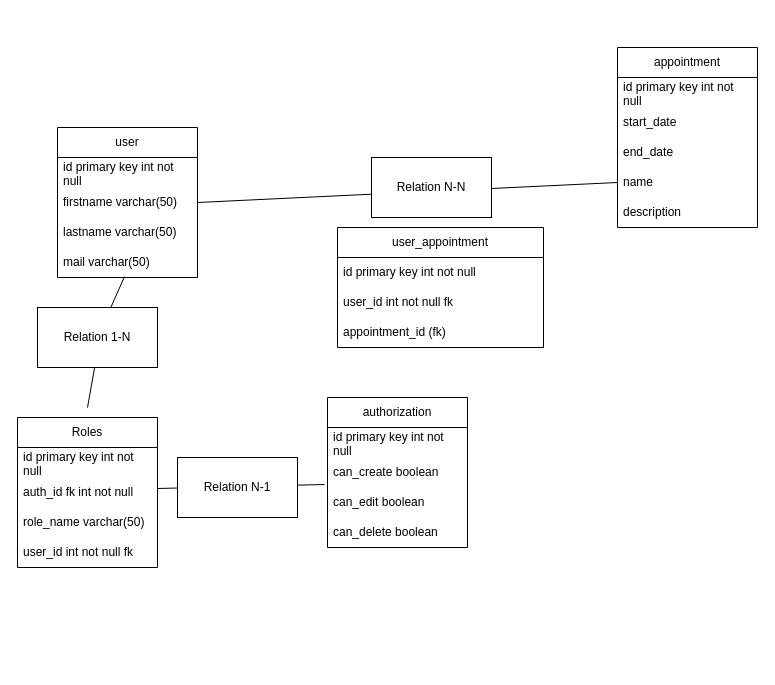
Above: Diagramme sans nom.drawio in mathiasSuchail/diagram (draw.io), before the change. Source tidied: cells renumbered, new cells numbered last; positions are measured from the earlier drawing's top-left corner, leaving out a move shared by most shapes. Both pictures are drawn from the tidied source at 100%, with x=0, y=0 at pixel (17, 47).
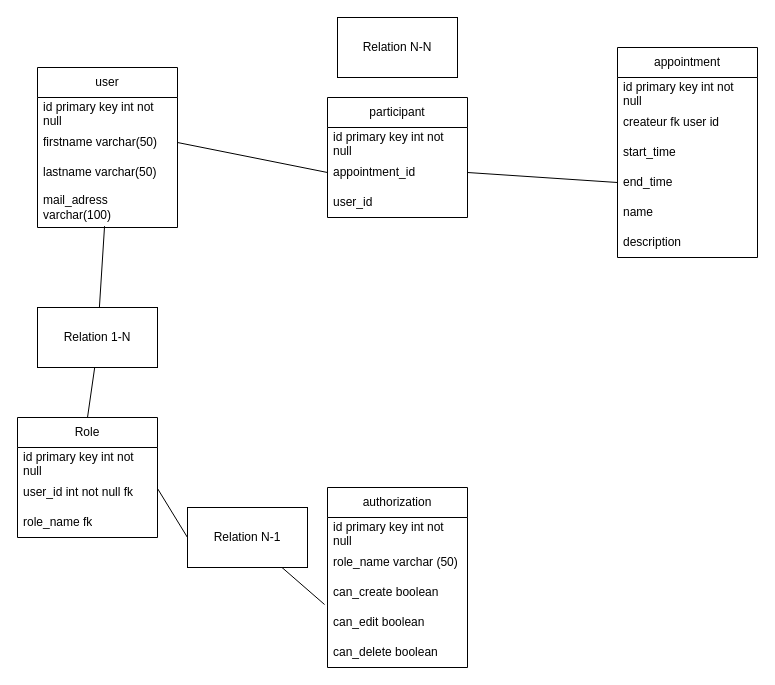
After the change.

Commit message:
Mettre à jour Diagramme sans nom.drawio

The change refers to these unchanged cells:
```xml
<mxCell id="4" value="firstname varchar(50)" style="text;strokeColor=none;fillColor=none;align=left;verticalAlign=middle;spacingLeft=4;spacingRight=4;overflow=hidden;points=[[0,0.5],[1,0.5]];portConstraint=eastwest;whiteSpace=wrap;html=1;" parent="2" vertex="1">
  <mxGeometry y="60" width="140" height="30" as="geometry" />
</mxCell>
<mxCell id="33" value="Relation 1-N" style="whiteSpace=wrap;html=1;" parent="1" vertex="1">
  <mxGeometry x="20" y="260" width="120" height="60" as="geometry" />
</mxCell>
```

Diff of the diagram source:
```diff
@@
     <mxCell id="2" value="user" style="swimlane;fontStyle=0;horizontal=1;startSize=30;whiteSpace=wrap;html=1;" parent="1" vertex="1">
-      <mxGeometry x="40" y="80" width="140" height="150" as="geometry" />
+      <mxGeometry x="20" y="20" width="140" height="160" as="geometry" />
     </mxCell>
@@
-    <mxCell id="6" value="mail varchar(50)" style="text;strokeColor=none;fillColor=none;align=left;verticalAlign=middle;spacingLeft=4;spacingRight=4;overflow=hidden;points=[[0,0.5],[1,0.5]];portConstraint=eastwest;whiteSpace=wrap;html=1;" parent="2" vertex="1">
-      <mxGeometry y="120" width="140" height="30" as="geometry" />
+    <mxCell id="6" value="mail_adress varchar(100)" style="text;strokeColor=none;fillColor=none;align=left;verticalAlign=middle;spacingLeft=4;spacingRight=4;overflow=hidden;points=[[0,0.5],[1,0.5]];portConstraint=eastwest;whiteSpace=wrap;html=1;" parent="2" vertex="1">
+      <mxGeometry y="120" width="140" height="40" as="geometry" />
     </mxCell>
     <mxCell id="7" value="appointment" style="swimlane;fontStyle=0;horizontal=1;startSize=30;whiteSpace=wrap;html=1;" parent="1" vertex="1">
-      <mxGeometry x="600" width="140" height="180" as="geometry" />
+      <mxGeometry x="600" width="140" height="210" as="geometry" />
     </mxCell>
@@
-    <mxCell id="9" value="start_date" style="text;strokeColor=none;fillColor=none;align=left;verticalAlign=middle;spacingLeft=4;spacingRight=4;overflow=hidden;whiteSpace=wrap;html=1;" parent="7" vertex="1">
-      <mxGeometry y="60" width="140" height="30" as="geometry" />
-    </mxCell>
-    <mxCell id="10" value="end_date" style="text;strokeColor=none;fillColor=none;align=left;verticalAlign=middle;spacingLeft=4;spacingRight=4;overflow=hidden;whiteSpace=wrap;html=1;" parent="7" vertex="1">
-      <mxGeometry y="90" width="140" height="30" as="geometry" />
-    </mxCell>
+    <mxCell id="34" value="createur fk user id" style="text;strokeColor=none;fillColor=none;align=left;verticalAlign=middle;spacingLeft=4;spacingRight=4;overflow=hidden;whiteSpace=wrap;html=1;" parent="7" vertex="1">
+      <mxGeometry y="60" width="140" height="30" as="geometry" />
+    </mxCell>
+    <mxCell id="35" value="start_time" style="text;strokeColor=none;fillColor=none;align=left;verticalAlign=middle;spacingLeft=4;spacingRight=4;overflow=hidden;whiteSpace=wrap;html=1;" parent="7" vertex="1">
+      <mxGeometry y="90" width="140" height="30" as="geometry" />
+    </mxCell>
+    <mxCell id="36" value="end_time" style="text;strokeColor=none;fillColor=none;align=left;verticalAlign=middle;spacingLeft=4;spacingRight=4;overflow=hidden;points=[[0,0.5],[1,0.5]];portConstraint=eastwest;whiteSpace=wrap;html=1;" parent="7" vertex="1">
+      <mxGeometry y="120" width="140" height="30" as="geometry" />
+    </mxCell>
     <mxCell id="11" value="name" style="text;strokeColor=none;fillColor=none;align=left;verticalAlign=middle;spacingLeft=4;spacingRight=4;overflow=hidden;points=[[0,0.5],[1,0.5]];portConstraint=eastwest;whiteSpace=wrap;html=1;" parent="7" vertex="1">
-      <mxGeometry y="120" width="140" height="30" as="geometry" />
+      <mxGeometry y="150" width="140" height="30" as="geometry" />
     </mxCell>
     <mxCell id="12" value="description" style="text;strokeColor=none;fillColor=none;align=left;verticalAlign=middle;spacingLeft=4;spacingRight=4;overflow=hidden;whiteSpace=wrap;html=1;" parent="7" vertex="1">
-      <mxGeometry y="150" width="140" height="30" as="geometry" />
+      <mxGeometry y="180" width="140" height="30" as="geometry" />
     </mxCell>
     <mxCell id="13" value="authorization" style="swimlane;fontStyle=0;horizontal=1;startSize=30;whiteSpace=wrap;html=1;" parent="1" vertex="1">
-      <mxGeometry x="310" y="350" width="140" height="150" as="geometry" />
+      <mxGeometry x="310" y="440" width="140" height="180" as="geometry" />
     </mxCell>
@@
+    <mxCell id="37" value="role_name varchar (50)" style="text;strokeColor=none;fillColor=none;align=left;verticalAlign=middle;spacingLeft=4;spacingRight=4;overflow=hidden;whiteSpace=wrap;html=1;" parent="13" vertex="1">
+      <mxGeometry y="60" width="140" height="30" as="geometry" />
+    </mxCell>
     <mxCell id="15" value="can_create boolean" style="text;strokeColor=none;fillColor=none;align=left;verticalAlign=middle;spacingLeft=4;spacingRight=4;overflow=hidden;whiteSpace=wrap;html=1;" parent="13" vertex="1">
-      <mxGeometry y="60" width="140" height="30" as="geometry" />
+      <mxGeometry y="90" width="140" height="30" as="geometry" />
     </mxCell>
     <mxCell id="16" value="can_edit boolean" style="text;strokeColor=none;fillColor=none;align=left;verticalAlign=middle;spacingLeft=4;spacingRight=4;overflow=hidden;points=[[0,0.5],[1,0.5]];portConstraint=eastwest;whiteSpace=wrap;html=1;" parent="13" vertex="1">
-      <mxGeometry y="90" width="140" height="30" as="geometry" />
+      <mxGeometry y="120" width="140" height="30" as="geometry" />
     </mxCell>
     <mxCell id="17" value="can_delete boolean" style="text;strokeColor=none;fillColor=none;align=left;verticalAlign=middle;spacingLeft=4;spacingRight=4;overflow=hidden;whiteSpace=wrap;html=1;" parent="13" vertex="1">
-      <mxGeometry y="120" width="140" height="30" as="geometry" />
+      <mxGeometry y="150" width="140" height="30" as="geometry" />
     </mxCell>
-    <mxCell id="18" style="endArrow=none;html=1;rounded=0;exitX=1;exitY=0.5;exitDx=0;exitDy=0;entryX=0;entryY=0.5;entryDx=0;entryDy=0;" parent="1" edge="1" source="4" target="11">
-      <mxGeometry relative="1" as="geometry" />
-    </mxCell>
     <mxCell id="19" value="Relation N-N" style="whiteSpace=wrap;html=1;" parent="1" vertex="1">
-      <mxGeometry x="354" y="110" width="120" height="60" as="geometry" />
+      <mxGeometry x="320" y="-30" width="120" height="60" as="geometry" />
     </mxCell>
-    <mxCell id="20" style="endArrow=none;html=1;rounded=0;exitX=0.479;exitY=0.967;exitDx=0;exitDy=0;exitPerimeter=0;" parent="1" edge="1" source="33">
-      <mxGeometry relative="1" as="geometry">
-        <mxPoint x="70" y="360" as="targetPoint" />
-      </mxGeometry>
+    <mxCell id="20" style="endArrow=none;html=1;rounded=0;exitX=0.479;exitY=0.967;exitDx=0;exitDy=0;exitPerimeter=0;entryX=0.5;entryY=0;entryDx=0;entryDy=0;" parent="1" edge="1" source="33" target="25">
+      <mxGeometry relative="1" as="geometry" />
     </mxCell>
-    <mxCell id="21" value="user_appointment" style="swimlane;fontStyle=0;horizontal=1;startSize=30;whiteSpace=wrap;html=1;" parent="1" vertex="1">
-      <mxGeometry x="320" y="180" width="206" height="120" as="geometry" />
-    </mxCell>
-    <mxCell id="22" value="id primary key int not null" style="text;strokeColor=none;fillColor=none;align=left;verticalAlign=middle;spacingLeft=4;spacingRight=4;overflow=hidden;whiteSpace=wrap;html=1;" parent="21" vertex="1">
-      <mxGeometry y="30" width="206" height="30" as="geometry" />
-    </mxCell>
-    <mxCell id="23" value="user_id int not null fk" style="text;strokeColor=none;fillColor=none;align=left;verticalAlign=middle;spacingLeft=4;spacingRight=4;overflow=hidden;whiteSpace=wrap;html=1;" parent="21" vertex="1">
-      <mxGeometry y="60" width="206" height="30" as="geometry" />
-    </mxCell>
-    <mxCell id="24" value="appointment_id (fk)" style="text;strokeColor=none;fillColor=none;align=left;verticalAlign=middle;spacingLeft=4;spacingRight=4;overflow=hidden;whiteSpace=wrap;html=1;" parent="21" vertex="1">
-      <mxGeometry y="90" width="206" height="30" as="geometry" />
-    </mxCell>
-    <mxCell id="25" value="Roles" style="swimlane;fontStyle=0;horizontal=1;startSize=30;whiteSpace=wrap;html=1;" parent="1" vertex="1">
-      <mxGeometry y="370" width="140" height="150" as="geometry" />
+    <mxCell id="25" value="Role" style="swimlane;fontStyle=0;horizontal=1;startSize=30;whiteSpace=wrap;html=1;" parent="1" vertex="1">
+      <mxGeometry y="370" width="140" height="120" as="geometry" />
     </mxCell>
@@
-    <mxCell id="27" value="auth_id fk int not null" style="text;strokeColor=none;fillColor=none;align=left;verticalAlign=middle;spacingLeft=4;spacingRight=4;overflow=hidden;whiteSpace=wrap;html=1;" parent="25" vertex="1">
-      <mxGeometry y="60" width="140" height="30" as="geometry" />
-    </mxCell>
+    <mxCell id="29" value="user_id int not null fk" style="text;strokeColor=none;fillColor=none;align=left;verticalAlign=middle;spacingLeft=4;spacingRight=4;overflow=hidden;whiteSpace=wrap;html=1;" parent="25" vertex="1">
+      <mxGeometry y="60" width="140" height="30" as="geometry" />
+    </mxCell>
-    <mxCell id="28" value="role_name varchar(50)" style="text;strokeColor=none;fillColor=none;align=left;verticalAlign=middle;spacingLeft=4;spacingRight=4;overflow=hidden;whiteSpace=wrap;html=1;" parent="25" vertex="1">
+    <mxCell id="28" value="role_name fk" style="text;strokeColor=none;fillColor=none;align=left;verticalAlign=middle;spacingLeft=4;spacingRight=4;overflow=hidden;whiteSpace=wrap;html=1;" parent="25" vertex="1">
       <mxGeometry y="90" width="140" height="30" as="geometry" />
     </mxCell>
-    <mxCell id="29" value="user_id int not null fk" style="text;strokeColor=none;fillColor=none;align=left;verticalAlign=middle;spacingLeft=4;spacingRight=4;overflow=hidden;whiteSpace=wrap;html=1;" parent="25" vertex="1">
-      <mxGeometry y="120" width="140" height="30" as="geometry" />
-    </mxCell>
-    <mxCell id="30" style="endArrow=none;html=1;rounded=0;exitX=-0.021;exitY=-0.1;exitDx=0;exitDy=0;exitPerimeter=0;" parent="1" edge="1" source="16">
+    <mxCell id="30" style="endArrow=none;html=1;rounded=0;exitX=0;exitY=0.5;exitDx=0;exitDy=0;" parent="1" edge="1" source="31">
       <mxGeometry relative="1" as="geometry">
         <mxPoint x="140" y="441" as="targetPoint" />
       </mxGeometry>
     </mxCell>
-    <mxCell id="31" value="Relation N-1" style="whiteSpace=wrap;html=1;" parent="1" vertex="1">
-      <mxGeometry x="160" y="410" width="120" height="60" as="geometry" />
-    </mxCell>
@@
+    <mxCell id="38" value="participant" style="swimlane;fontStyle=0;horizontal=1;startSize=30;whiteSpace=wrap;html=1;" parent="1" vertex="1">
+      <mxGeometry x="310" y="50" width="140" height="120" as="geometry" />
+    </mxCell>
+    <mxCell id="22" value="id primary key int not null" style="text;strokeColor=none;fillColor=none;align=left;verticalAlign=middle;spacingLeft=4;spacingRight=4;overflow=hidden;whiteSpace=wrap;html=1;" parent="38" vertex="1">
+      <mxGeometry y="30" width="140" height="30" as="geometry" />
+    </mxCell>
+    <mxCell id="39" value="appointment_id" style="text;strokeColor=none;fillColor=none;align=left;verticalAlign=middle;spacingLeft=4;spacingRight=4;overflow=hidden;points=[[0,0.5],[1,0.5]];portConstraint=eastwest;whiteSpace=wrap;html=1;" parent="38" vertex="1">
+      <mxGeometry y="60" width="140" height="30" as="geometry" />
+    </mxCell>
+    <mxCell id="40" value="user_id" style="text;strokeColor=none;fillColor=none;align=left;verticalAlign=middle;spacingLeft=4;spacingRight=4;overflow=hidden;whiteSpace=wrap;html=1;" parent="38" vertex="1">
+      <mxGeometry y="90" width="140" height="30" as="geometry" />
+    </mxCell>
+    <mxCell id="41" style="endArrow=none;html=1;rounded=0;exitX=1;exitY=0.5;exitDx=0;exitDy=0;entryX=0;entryY=0.5;entryDx=0;entryDy=0;" parent="1" edge="1" source="4" target="39">
+      <mxGeometry relative="1" as="geometry" />
+    </mxCell>
+    <mxCell id="42" style="endArrow=none;html=1;rounded=0;entryX=1;entryY=0.5;entryDx=0;entryDy=0;exitX=0;exitY=0.5;exitDx=0;exitDy=0;" parent="1" edge="1" source="36" target="39">
+      <mxGeometry relative="1" as="geometry" />
+    </mxCell>
+    <mxCell id="43" style="endArrow=none;html=1;rounded=0;exitX=-0.021;exitY=-0.1;exitDx=0;exitDy=0;exitPerimeter=0;" parent="1" edge="1" source="16" target="31">
+      <mxGeometry relative="1" as="geometry" />
+    </mxCell>
+    <mxCell id="31" value="Relation N-1" style="whiteSpace=wrap;html=1;" parent="1" vertex="1">
+      <mxGeometry x="170" y="460" width="120" height="60" as="geometry" />
+    </mxCell>
```
